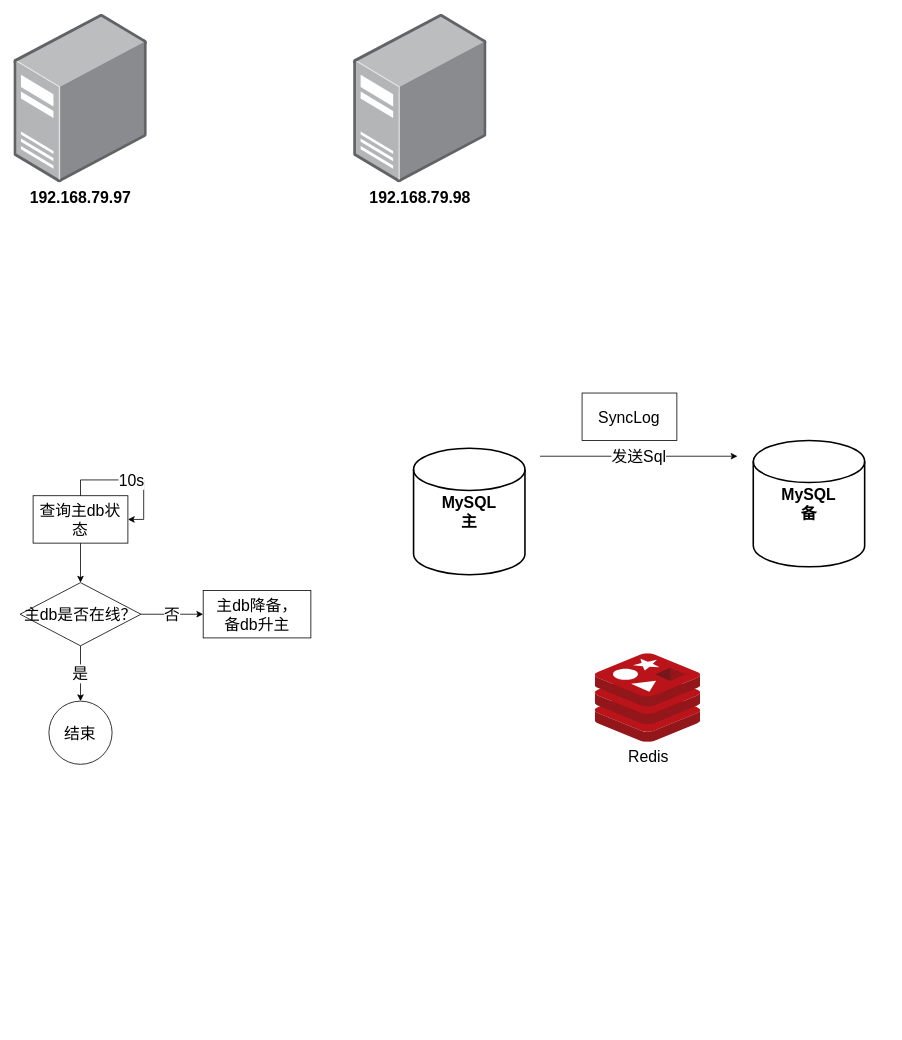
Jarris3154/drawios keeps this draw.io diagram as page "场景二" (2 of 2) of Untitled Diagram.drawio. Above is the earlier version. Source tidied: cells renumbered, new cells numbered last; positions are measured from the earlier drawing's top-left corner, leaving out a move shared by most shapes. Both pictures are drawn from the tidied source at 79%, with x=0, y=0 at pixel (13, 13).
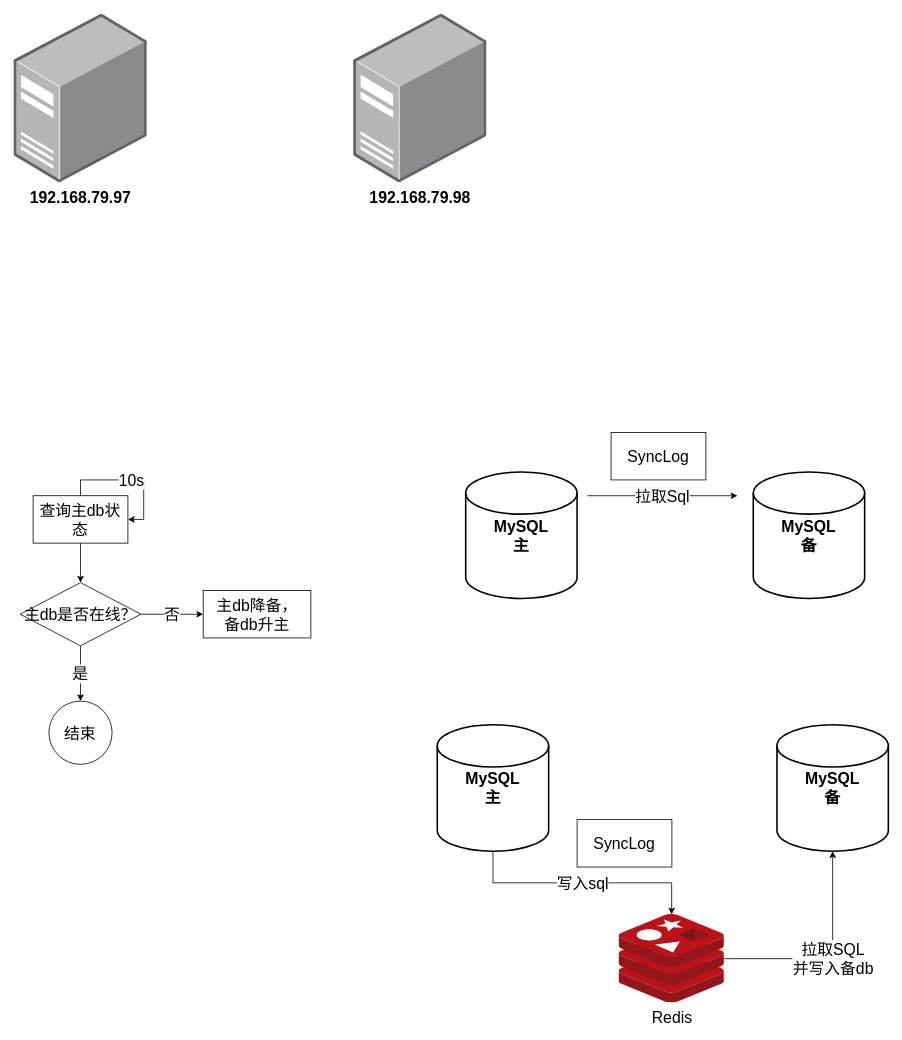
Above is the later version.

What changed in the source:
```diff
@@
     <mxCell id="4" value="&lt;div&gt;MySQL&lt;/div&gt;&lt;div&gt;主&lt;/div&gt;" style="strokeWidth=2;html=1;shape=mxgraph.flowchart.database;whiteSpace=wrap;fontSize=20;fontStyle=1;" parent="1" vertex="1">
-      <mxGeometry x="506" y="550" width="141" height="160" as="geometry" />
+      <mxGeometry x="572" y="580" width="141" height="160" as="geometry" />
     </mxCell>
     <mxCell id="5" value="&lt;div&gt;MySQL&lt;br&gt;&lt;/div&gt;&lt;div&gt;备&lt;/div&gt;" style="strokeWidth=2;html=1;shape=mxgraph.flowchart.database;whiteSpace=wrap;fontSize=20;fontStyle=1;" parent="1" vertex="1">
-      <mxGeometry x="936" y="540" width="141" height="160" as="geometry" />
+      <mxGeometry x="936" y="580" width="141" height="160" as="geometry" />
     </mxCell>
+    <mxCell id="17" value="&lt;div&gt;拉取SQL&lt;/div&gt;&lt;div&gt;并写入备db&lt;/div&gt;" style="edgeStyle=orthogonalEdgeStyle;rounded=0;jettySize=auto;html=1;entryX=0.5;entryY=1;entryDx=0;entryDy=0;entryPerimeter=0;fontSize=20;fontColor=#000000;" parent="1" edge="1" source="6" target="20">
+      <mxGeometry relative="1" as="geometry" />
+    </mxCell>
+    <mxCell id="18" value="写入sql" style="edgeStyle=orthogonalEdgeStyle;rounded=0;jettySize=auto;html=1;fontSize=20;fontColor=#000000;exitX=0.5;exitY=1;exitDx=0;exitDy=0;exitPerimeter=0;" parent="1" edge="1" source="19" target="6">
+      <mxGeometry relative="1" as="geometry" />
+    </mxCell>
     <mxCell id="6" value="Redis" style="html=1;points=[];align=center;image;fontSize=20;image=img/lib/mscae/Cache_Redis_Product.svg;fontColor=#000000;" parent="1" vertex="1">
-      <mxGeometry x="736" y="810" width="133.3" height="112" as="geometry" />
+      <mxGeometry x="766" y="1140" width="133.3" height="112" as="geometry" />
     </mxCell>
@@
     <mxCell id="15" value="SyncLog" style="rounded=0;whiteSpace=wrap;html=1;fontSize=20;fontColor=#000000;" parent="1" vertex="1">
-      <mxGeometry x="719.3" y="480" width="120" height="60" as="geometry" />
+      <mxGeometry x="756" y="530" width="120" height="60" as="geometry" />
     </mxCell>
-    <mxCell id="16" value="发送Sql" style="endArrow=classic;html=1;fontSize=20;fontColor=#000000;" parent="1" edge="1">
+    <mxCell id="16" value="拉取Sql" style="endArrow=classic;html=1;fontSize=20;fontColor=#000000;" parent="1" edge="1">
       <mxGeometry relative="1" as="geometry">
-        <mxPoint x="666" y="560" as="sourcePoint" />
-        <mxPoint x="916" y="560" as="targetPoint" />
+        <mxPoint x="726" y="610" as="sourcePoint" />
+        <mxPoint x="916" y="610" as="targetPoint" />
+        <Array as="points">
+          <mxPoint x="826" y="610" />
+        </Array>
       </mxGeometry>
     </mxCell>
+    <mxCell id="19" value="&lt;div&gt;MySQL&lt;/div&gt;&lt;div&gt;主&lt;/div&gt;" style="strokeWidth=2;html=1;shape=mxgraph.flowchart.database;whiteSpace=wrap;fontSize=20;fontStyle=1;" parent="1" vertex="1">
+      <mxGeometry x="536" y="900" width="141" height="160" as="geometry" />
+    </mxCell>
+    <mxCell id="20" value="&lt;div&gt;MySQL&lt;br&gt;&lt;/div&gt;&lt;div&gt;备&lt;/div&gt;" style="strokeWidth=2;html=1;shape=mxgraph.flowchart.database;whiteSpace=wrap;fontSize=20;fontStyle=1;" parent="1" vertex="1">
+      <mxGeometry x="966" y="900" width="141" height="160" as="geometry" />
+    </mxCell>
+    <mxCell id="21" value="SyncLog" style="rounded=0;whiteSpace=wrap;html=1;fontSize=20;fontColor=#000000;" parent="1" vertex="1">
+      <mxGeometry x="713" y="1020" width="120" height="60" as="geometry" />
+    </mxCell>
```
